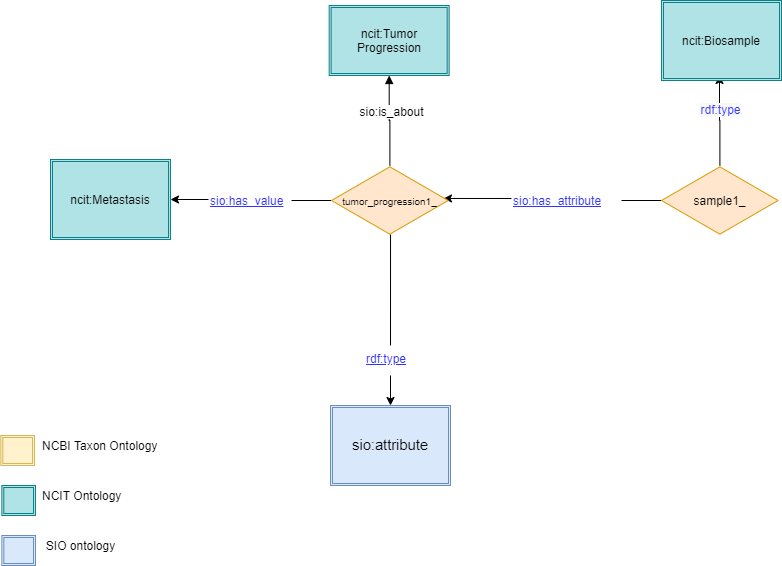
This is images/sample_tumorgrowth.png from LUMC-BioSemantics/phenopackets-rdf-schema, a draw.io export, as it was before one commit. Source tidied: cells renumbered, new cells last; positions are measured from the earlier drawing's top-left corner, leaving out a move shared by most shapes.
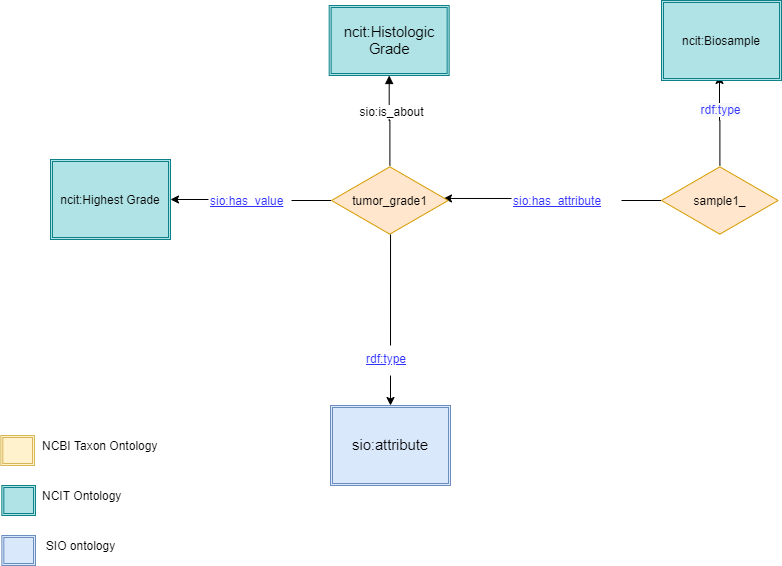
Above is the later version.

Commit message:
stg fig updated

What changed in the source:
```diff
@@ -28,10 +28,10 @@
     <mxCell id="9" style="edgeStyle=orthogonalEdgeStyle;rounded=0;jettySize=auto;html=1;entryX=1;entryY=0.5;entryDx=0;entryDy=0;" parent="1" edge="1" source="10" target="24">
       <mxGeometry relative="1" as="geometry" />
     </mxCell>
-    <mxCell id="10" value="&lt;font style=&quot;font-size: 10px&quot;&gt;tumor_progression1_&lt;/font&gt;" style="html=1;whiteSpace=wrap;shape=isoRectangle;fillColor=#ffe6cc;strokeColor=#d79b00;" parent="1" vertex="1">
+    <mxCell id="10" value="tumor_grade1" style="html=1;whiteSpace=wrap;shape=isoRectangle;fillColor=#ffe6cc;strokeColor=#d79b00;" parent="1" vertex="1">
       <mxGeometry x="331" y="165" width="116.7" height="70" as="geometry" />
     </mxCell>
-    <mxCell id="11" value="&lt;span id=&quot;docs-internal-guid-114824f0-7fff-9022-b7ea-602e34947831&quot;&gt;&lt;span style=&quot;font-family: &amp;#34;arial&amp;#34; ; vertical-align: baseline&quot;&gt;&lt;font style=&quot;font-size: 12px&quot;&gt;&lt;a href=&quot;http://purl.obolibrary.org/obo/NCIT_C17609&quot;&gt;ncit:Tumor Progression&lt;/a&gt;&lt;/font&gt;&lt;/span&gt;&lt;/span&gt;" style="shape=ext;double=1;rounded=0;whiteSpace=wrap;html=1;fillColor=#b0e3e6;strokeColor=#0e8088;" parent="1" vertex="1">
+    <mxCell id="11" value="&lt;span id=&quot;docs-internal-guid-bdaea524-7fff-06aa-7cd4-257fde9ba18e&quot;&gt;&lt;a href=&quot;http://purl.obolibrary.org/obo/NCIT_C18000&quot;&gt;&lt;span style=&quot;font-size: 11pt ; font-family: &amp;#34;arial&amp;#34; ; vertical-align: baseline&quot;&gt;ncit:Histologic Grade&lt;/span&gt;&lt;/a&gt;&lt;/span&gt;" style="shape=ext;double=1;rounded=0;whiteSpace=wrap;html=1;fillColor=#b0e3e6;strokeColor=#0e8088;" parent="1" vertex="1">
       <mxGeometry x="328.7" y="5" width="120" height="70" as="geometry" />
     </mxCell>
     <mxCell id="12" style="edgeStyle=orthogonalEdgeStyle;rounded=0;jettySize=auto;html=1;entryX=0.5;entryY=0;entryDx=0;entryDy=0;exitX=0.506;exitY=0.986;exitDx=0;exitDy=0;exitPerimeter=0;" parent="1" edge="1" source="10" target="13">
@@ -70,7 +70,7 @@
     <mxCell id="23" value="sio:has_value" style="text;html=1;fontStyle=4;fontColor=#3333FF;fillColor=#ffffff;" parent="1" vertex="1">
       <mxGeometry x="208" y="187" width="83" height="39" as="geometry" />
     </mxCell>
-    <mxCell id="24" value="&lt;span id=&quot;docs-internal-guid-e1e99bb6-7fff-9e61-60dd-6f10a86dd25b&quot;&gt;&lt;span style=&quot;font-family: &amp;#34;arial&amp;#34; ; vertical-align: baseline&quot;&gt;&lt;a href=&quot;http://purl.obolibrary.org/obo/NCIT_C19151&quot;&gt;&lt;font style=&quot;font-size: 12px&quot;&gt;ncit:Metastasis&lt;/font&gt;&lt;/a&gt;&lt;/span&gt;&lt;/span&gt;" style="shape=ext;double=1;rounded=0;whiteSpace=wrap;html=1;fillColor=#b0e3e6;strokeColor=#0e8088;" parent="1" vertex="1">
+    <mxCell id="24" value="&lt;span id=&quot;docs-internal-guid-e1e99bb6-7fff-9e61-60dd-6f10a86dd25b&quot;&gt;&lt;span style=&quot;font-family: &amp;#34;arial&amp;#34; ; vertical-align: baseline&quot;&gt;&lt;font style=&quot;font-size: 12px&quot;&gt;&lt;a href=&quot;http://purl.obolibrary.org/obo/NCIT_C162674&quot;&gt;ncit:Highest Grade&lt;/a&gt;&lt;/font&gt;&lt;/span&gt;&lt;/span&gt;" style="shape=ext;double=1;rounded=0;whiteSpace=wrap;html=1;fillColor=#b0e3e6;strokeColor=#0e8088;" parent="1" vertex="1">
       <mxGeometry x="50" y="159" width="120" height="80" as="geometry" />
     </mxCell>
   </root>
```
